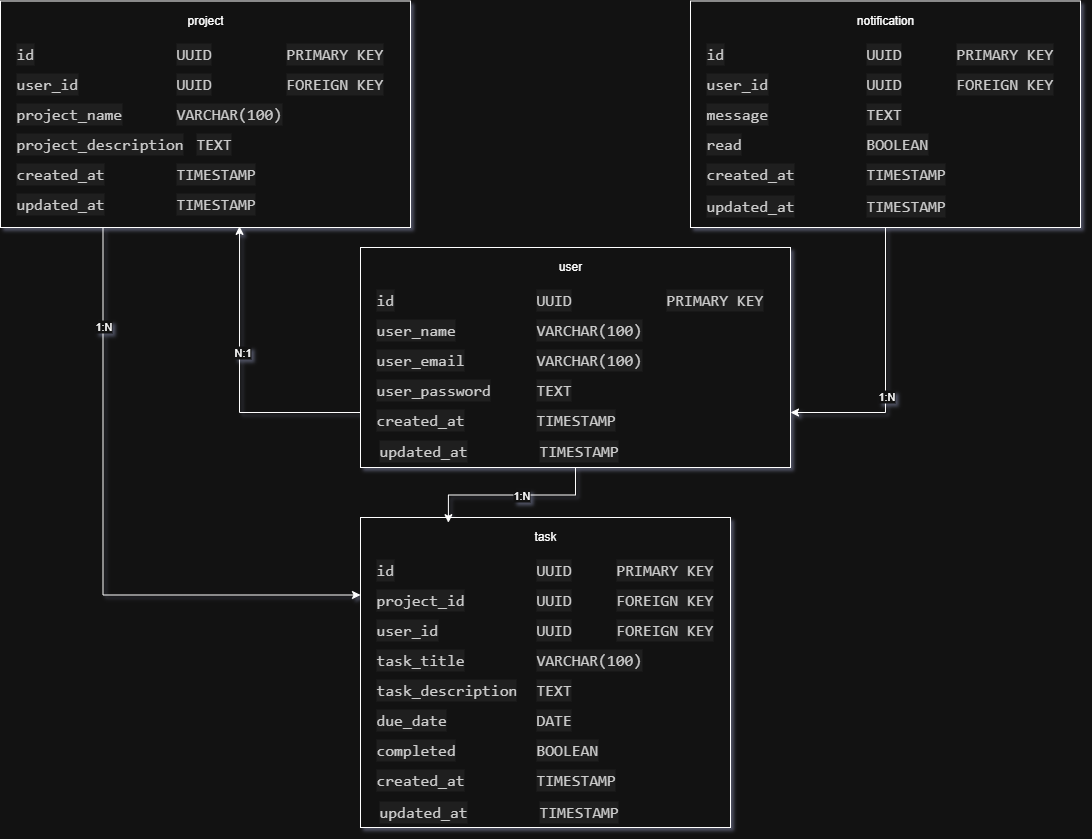
The draw.io diagram schema-database/images/todoApp.png in EndToEndLabCR/todoapp-api-python, before a commit. Source tidied: cells renumbered, new cells last; positions are measured from the earlier drawing's top-left corner, leaving out a move shared by most shapes.
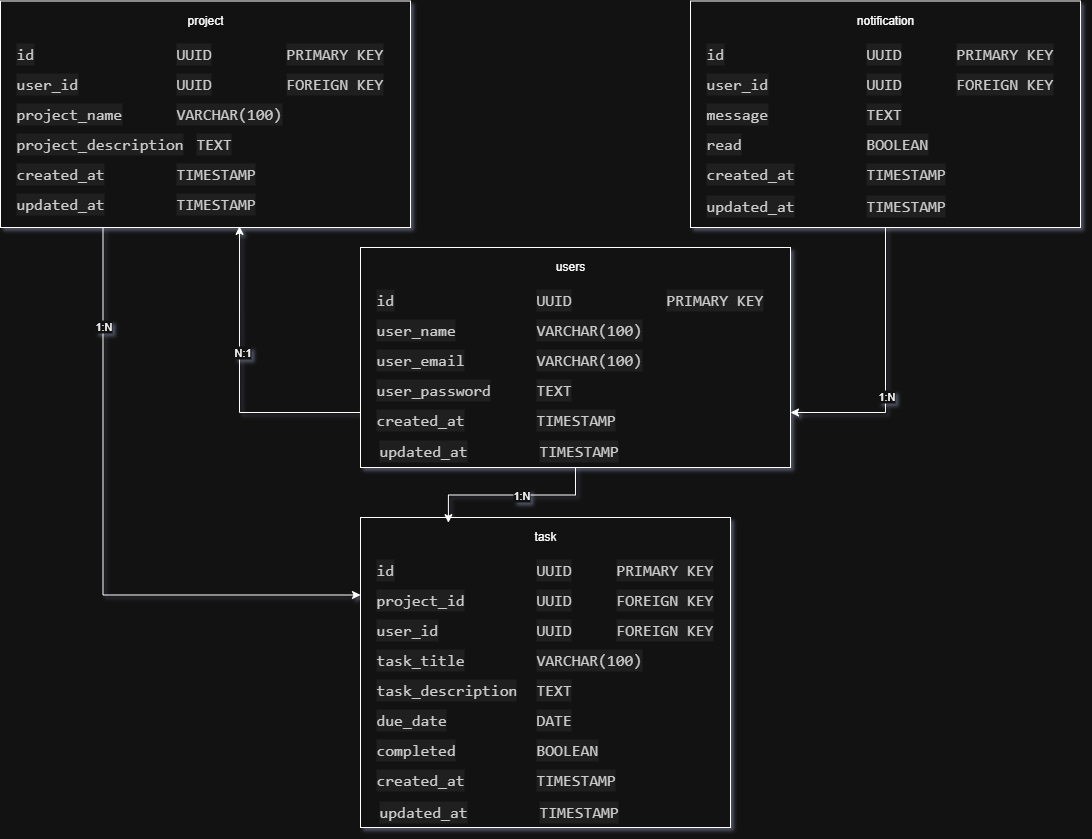
After the commit.

What changed in the source:
```diff
@@ -159,7 +159,7 @@
     <mxCell id="52" style="rounded=0;whiteSpace=wrap;html=1;labelBackgroundColor=default;labelBorderColor=default;" parent="1" vertex="1">
       <mxGeometry x="360" y="246" width="430" height="220" as="geometry" />
     </mxCell>
-    <mxCell id="53" value="user" style="text;strokeColor=none;fillColor=none;spacingLeft=4;spacingRight=4;overflow=hidden;fontSize=12;whiteSpace=wrap;html=1;align=center;" parent="1" vertex="1">
+    <mxCell id="53" value="users&lt;div&gt;&lt;br&gt;&lt;/div&gt;" style="text;strokeColor=none;fillColor=none;spacingLeft=4;spacingRight=4;overflow=hidden;fontSize=12;whiteSpace=wrap;html=1;align=center;" parent="1" vertex="1">
       <mxGeometry x="475" y="251" width="190" height="30" as="geometry" />
     </mxCell>
     <mxCell id="54" value="&lt;div style=&quot;color: rgb(204, 204, 204); background-color: rgb(31, 31, 31); font-family: Consolas, &amp;quot;Courier New&amp;quot;, monospace; font-size: 16px; line-height: 22px; white-space: pre;&quot;&gt;id&lt;/div&gt;" style="text;strokeColor=none;fillColor=none;spacingLeft=4;spacingRight=4;overflow=hidden;fontSize=12;whiteSpace=wrap;html=1;" parent="1" vertex="1">
```
